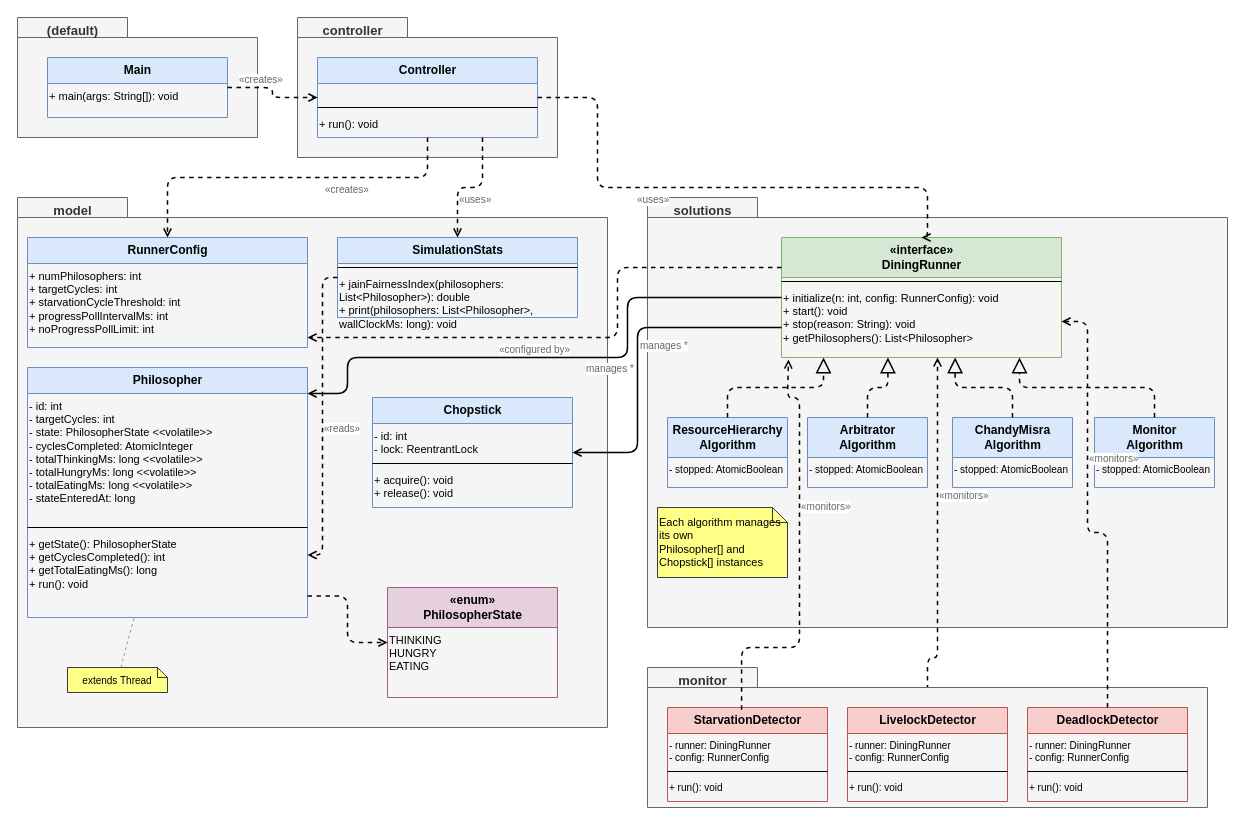
Earlier version of the draw.io diagram JavaDPP/drawio/class-diagram.drawio (vincemarinelli/cpsc543_dining_philosophers_problem). Source tidied: cells renumbered, new cells numbered last; positions are measured from the earlier drawing's top-left corner, leaving out a move shared by most shapes. Both pictures are drawn from the tidied source at 100%, with x=0, y=0 at pixel (17, 17).
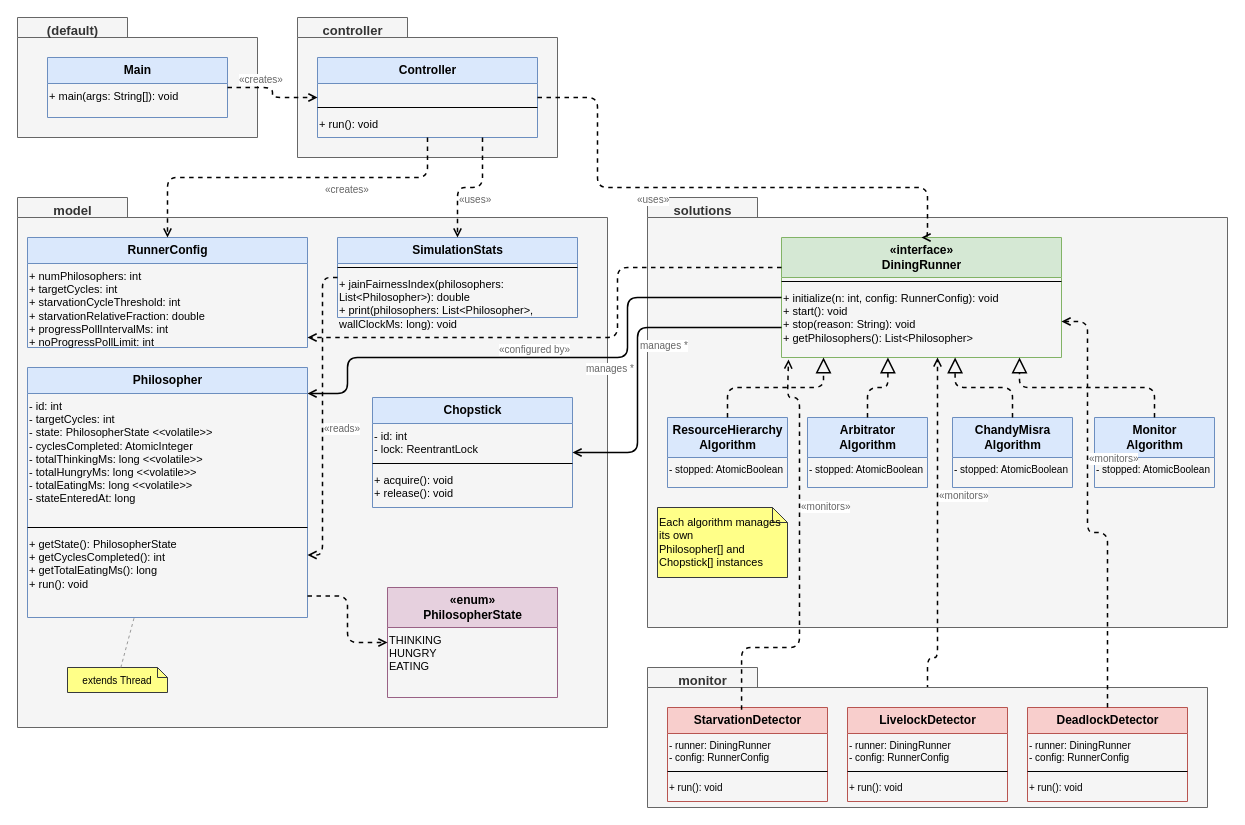
The same diagram, later.

The change refers to these unchanged cells:
```xml
<mxCell id="21" value="&lt;b&gt;RunnerConfig&lt;/b&gt;" style="swimlane;fontStyle=0;align=center;html=1;startSize=26;fillColor=#dae8fc;strokeColor=#6c8ebf;" parent="10" vertex="1">
  <mxGeometry x="10" y="40" width="280" height="110" as="geometry" />
</mxCell>
```

Diff of the diagram source:
```diff
@@
-    <mxCell id="22" value="+ numPhilosophers: int&#10;+ targetCycles: int&#10;+ starvationCycleThreshold: int&#10;+ progressPollIntervalMs: int&#10;+ noProgressPollLimit: int" style="text;align=left;html=0;fontSize=11;whiteSpace=wrap;" parent="21" vertex="1">
+    <mxCell id="22" value="+ numPhilosophers: int&#10;+ targetCycles: int&#10;+ starvationCycleThreshold: int&#10;+ starvationRelativeFraction: double&#10;+ progressPollIntervalMs: int&#10;+ noProgressPollLimit: int" style="text;align=left;html=0;fontSize=11;whiteSpace=wrap;" parent="21" vertex="1">
       <mxGeometry y="26" width="280" height="84" as="geometry" />
     </mxCell>
```
